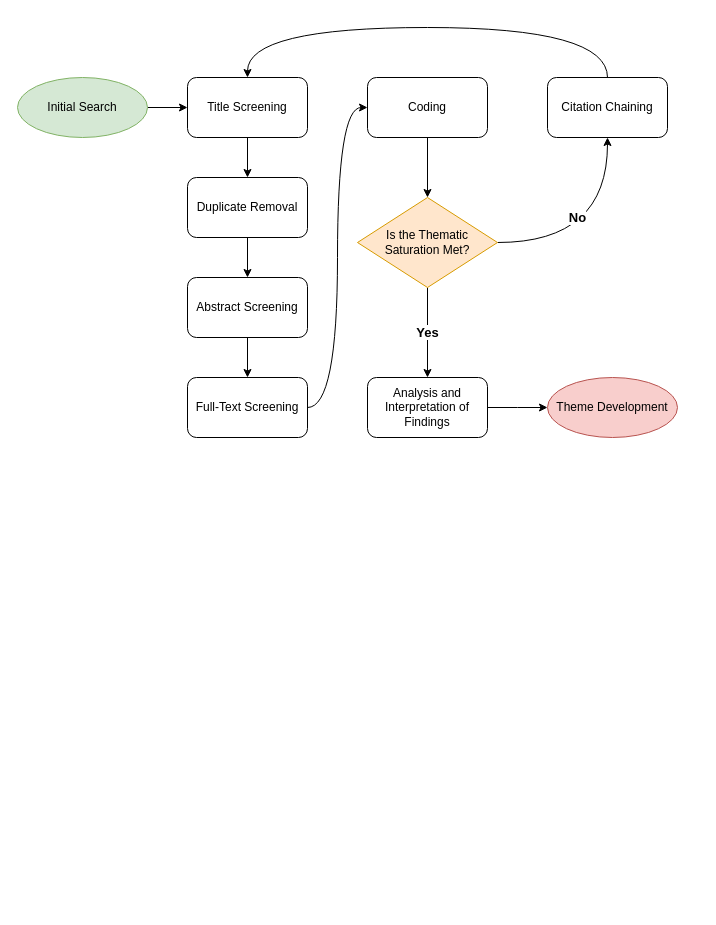
HooradAboo/I-CLAIM keeps this draw.io diagram as Diagrams/Mixed Methodology.drawio. Above is the earlier version. Source tidied: cells renumbered, new cells numbered last; positions are measured from the earlier drawing's top-left corner, leaving out a move shared by most shapes. Both pictures are drawn from the tidied source at 100%, with x=0, y=0 at pixel (17, 27).
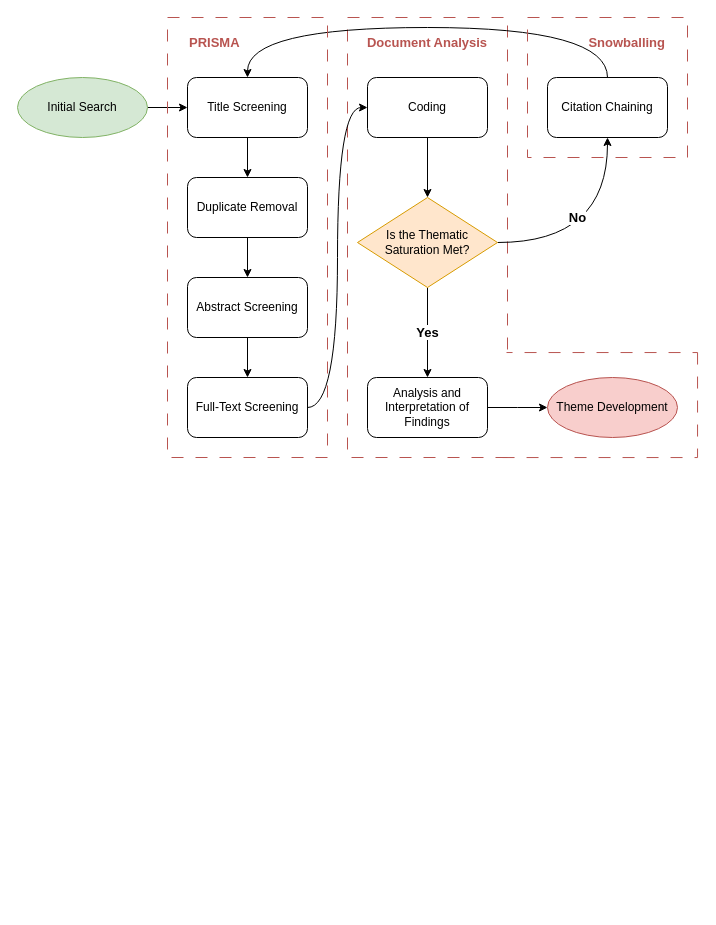
After the change.

Commit message:
Added method's name

The change refers to these unchanged cells:
```xml
<mxCell id="16" value="Analysis and Interpretation of Findings" style="rounded=1;whiteSpace=wrap;html=1;" parent="1" vertex="1">
  <mxGeometry x="350" y="350" width="120" height="60" as="geometry" />
</mxCell>
```

Diff of the diagram source:
```diff
@@
+    <mxCell id="22" style="group;" parent="1" vertex="1">
+      <mxGeometry x="330" y="30" width="350" height="400" as="geometry" />
+    </mxCell>
+    <mxCell id="23" style="rounded=1;whiteSpace=wrap;html=1;fillStyle=auto;fillColor=none;dashed=1;dashPattern=12 12;rotation=90;arcSize=0;strokeColor=#b85450;" parent="22" vertex="1">
+      <mxGeometry x="198.8" y="248.8" width="105" height="197.5" as="geometry" />
+    </mxCell>
+    <mxCell id="24" style="rounded=1;whiteSpace=wrap;html=1;fillStyle=auto;fillColor=none;dashed=1;dashPattern=12 12;arcSize=0;strokeColor=#b85450;" parent="22" vertex="1">
+      <mxGeometry y="-40" width="160" height="440" as="geometry" />
+    </mxCell>
+    <mxCell id="25" style="group;" parent="22" vertex="1">
+      <mxGeometry x="150" y="280" width="20" height="119" as="geometry" />
+    </mxCell>
+    <mxCell id="26" style="verticalLabelPosition=bottom;verticalAlign=top;html=1;shape=mxgraph.basic.rect;fillColor2=none;strokeWidth=1;size=20;indent=5;strokeColor=none;" parent="25" vertex="1">
+      <mxGeometry y="16" width="20" height="103" as="geometry" />
+    </mxCell>
+    <mxCell id="27" style="verticalLabelPosition=bottom;verticalAlign=top;html=1;shape=mxgraph.basic.rect;fillColor2=none;strokeWidth=1;size=20;indent=5;strokeColor=none;" parent="25" vertex="1">
+      <mxGeometry width="9" height="20" as="geometry" />
+    </mxCell>
@@
-    <mxCell id="15" style="edgeStyle=orthogonalEdgeStyle;rounded=0;jettySize=auto;html=1;exitX=1;exitY=0.5;exitDx=0;exitDy=0;entryX=0;entryY=0.5;entryDx=0;entryDy=0;" parent="1" edge="1" source="16">
-      <mxGeometry relative="1" as="geometry">
-        <mxPoint x="530" y="380" as="targetPoint" />
-      </mxGeometry>
-    </mxCell>
@@
+    <mxCell id="28" style="rounded=1;whiteSpace=wrap;html=1;fillStyle=auto;fillColor=none;dashed=1;dashPattern=12 12;arcSize=0;strokeColor=#b85450;" parent="1" vertex="1">
+      <mxGeometry x="150" y="-10" width="160" height="440" as="geometry" />
+    </mxCell>
+    <mxCell id="29" style="rounded=1;whiteSpace=wrap;html=1;fillStyle=auto;fillColor=none;dashed=1;dashPattern=12 12;arcSize=0;strokeColor=#b85450;" parent="1" vertex="1">
+      <mxGeometry x="510" y="-10" width="160" height="140" as="geometry" />
+    </mxCell>
+    <mxCell id="30" style="rounded=1;whiteSpace=wrap;html=1;fillStyle=auto;fillColor=none;dashed=1;dashPattern=12 12;rotation=90;strokeColor=#FFFFFF;" parent="1" vertex="1">
+      <mxGeometry x="130" y="720" width="160" height="160" as="geometry" />
+    </mxCell>
+    <mxCell id="15" style="edgeStyle=orthogonalEdgeStyle;rounded=0;jettySize=auto;html=1;exitX=1;exitY=0.5;exitDx=0;exitDy=0;entryX=0;entryY=0.5;entryDx=0;entryDy=0;" parent="1" edge="1" source="16">
+      <mxGeometry relative="1" as="geometry">
+        <mxPoint x="530" y="380" as="targetPoint" />
+      </mxGeometry>
+    </mxCell>
+    <mxCell id="31" value="&lt;b&gt;PRISMA&lt;/b&gt;" style="text;html=1;align=left;verticalAlign=middle;whiteSpace=wrap;rounded=0;fontColor=#B85450;fontSize=13;" parent="1" vertex="1">
+      <mxGeometry x="170" width="60" height="30" as="geometry" />
+    </mxCell>
+    <mxCell id="32" value="&lt;b&gt;Snowballing&lt;/b&gt;" style="text;html=1;align=right;verticalAlign=middle;whiteSpace=wrap;rounded=0;fontColor=#B85450;fontSize=13;" parent="1" vertex="1">
+      <mxGeometry x="550" width="100" height="30" as="geometry" />
+    </mxCell>
+    <mxCell id="33" value="&lt;b&gt;Document Analysis&lt;/b&gt;" style="text;html=1;align=center;verticalAlign=middle;whiteSpace=wrap;rounded=0;fontColor=#B85450;fontSize=13;" parent="1" vertex="1">
+      <mxGeometry x="340" width="140" height="30" as="geometry" />
+    </mxCell>
```
